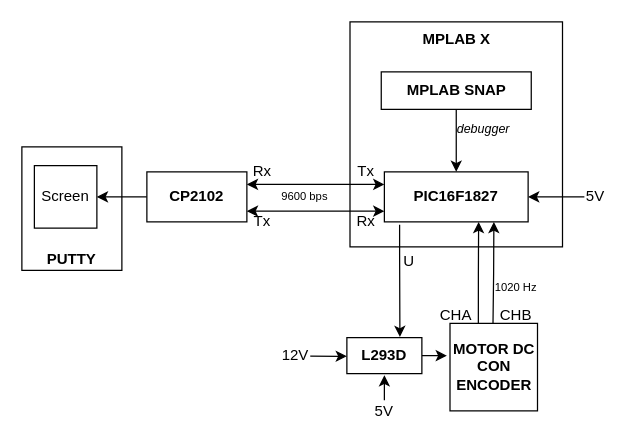
Earlier version of the draw.io diagram CONTROL/MOTOR_DC/INFORME/DiagramaBloques.drawio (willandru/CONTROL). Source tidied: cells renumbered, new cells numbered last; positions are measured from the earlier drawing's top-left corner, leaving out a move shared by most shapes. Both pictures are drawn from the tidied source at 125%, with x=0, y=0 at pixel (21, 21).
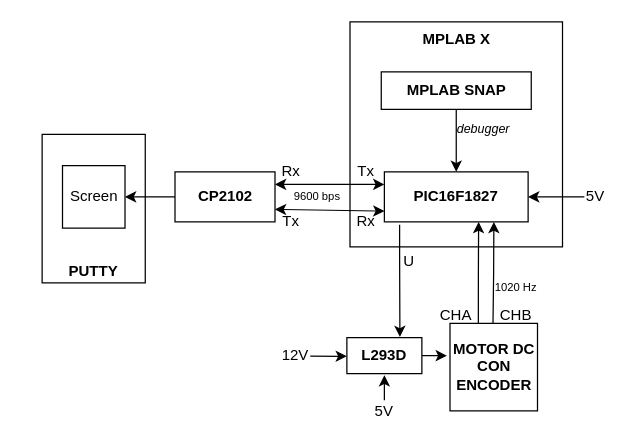
After the change.

What changed in the source:
```diff
@@
     <mxCell id="2" value="&lt;b&gt;PUTTY&lt;/b&gt;" style="rounded=0;whiteSpace=wrap;html=1;verticalAlign=bottom;" parent="1" vertex="1">
-      <mxGeometry y="100" width="80" height="98.8" as="geometry" />
+      <mxGeometry x="16.2" y="90" width="82.5" height="118.8" as="geometry" />
     </mxCell>
@@
     <mxCell id="8" value="&lt;b&gt;CP2102&lt;/b&gt;" style="rounded=0;whiteSpace=wrap;html=1;" parent="1" vertex="1">
-      <mxGeometry x="100" y="120" width="80" height="40" as="geometry" />
+      <mxGeometry x="122.5" y="120" width="80" height="40" as="geometry" />
     </mxCell>
@@
-    <mxCell id="10" style="endArrow=classic;startArrow=classic;html=1;rounded=0;entryX=0;entryY=0.5;entryDx=0;entryDy=0;exitX=1;exitY=0.5;exitDx=0;exitDy=0;" parent="1" edge="1">
+    <mxCell id="10" style="endArrow=classic;startArrow=classic;html=1;rounded=0;entryX=0;entryY=0.5;entryDx=0;entryDy=0;exitX=1;exitY=0.75;exitDx=0;exitDy=0;" parent="1" edge="1" source="8">
       <mxGeometry relative="1" as="geometry">
-        <mxPoint x="180" y="151.4" as="sourcePoint" />
         <mxPoint x="290" y="151.4" as="targetPoint" />
       </mxGeometry>
     </mxCell>
     <mxCell id="11" value="Rx" style="text;html=1;strokeColor=none;fillColor=none;align=center;verticalAlign=middle;whiteSpace=wrap;rounded=0;" parent="1" vertex="1">
-      <mxGeometry x="180" y="115" width="25" height="10" as="geometry" />
+      <mxGeometry x="202.5" y="115" width="25" height="10" as="geometry" />
     </mxCell>
@@
     <mxCell id="14" value="Tx" style="text;html=1;strokeColor=none;fillColor=none;align=center;verticalAlign=middle;whiteSpace=wrap;rounded=0;" parent="1" vertex="1">
-      <mxGeometry x="180" y="155" width="25" height="10" as="geometry" />
+      <mxGeometry x="202.5" y="155" width="25" height="10" as="geometry" />
     </mxCell>
     <mxCell id="15" value="Screen" style="whiteSpace=wrap;html=1;" parent="1" vertex="1">
-      <mxGeometry x="10" y="115" width="50" height="50" as="geometry" />
+      <mxGeometry x="32.5" y="115" width="50" height="50" as="geometry" />
     </mxCell>
@@
     <mxCell id="33" value="&lt;font style=&quot;font-size: 9px;&quot;&gt;9600 bps&lt;/font&gt;" style="text;html=1;strokeColor=none;fillColor=none;align=center;verticalAlign=middle;whiteSpace=wrap;rounded=0;" parent="1" vertex="1">
-      <mxGeometry x="200" y="133.6" width="52.5" height="10" as="geometry" />
+      <mxGeometry x="210" y="133.6" width="52.5" height="10" as="geometry" />
     </mxCell>
```
